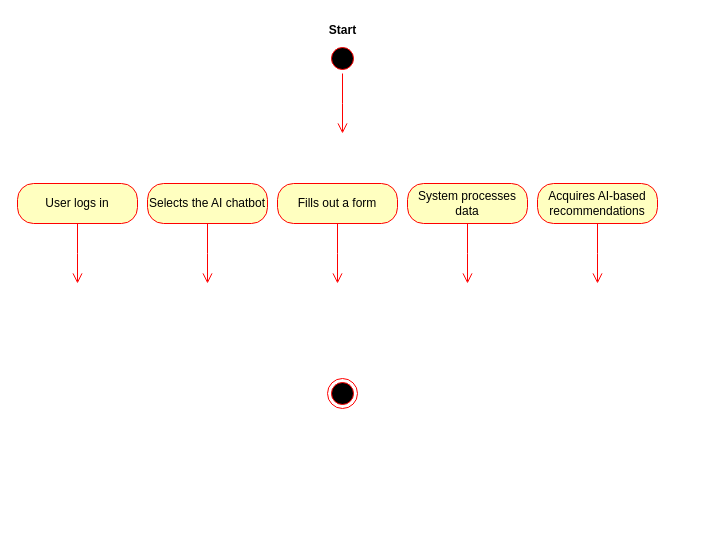
Earlier version of the draw.io diagram Project - Agile Software Engineering Diagram 4.drawio (Matasem-h/SimpleFlowcharts). Source tidied: cells renumbered, new cells numbered last; positions are measured from the earlier drawing's top-left corner, leaving out a move shared by most shapes. Both pictures are drawn from the tidied source at 100%, with x=0, y=0 at pixel (17, 17).
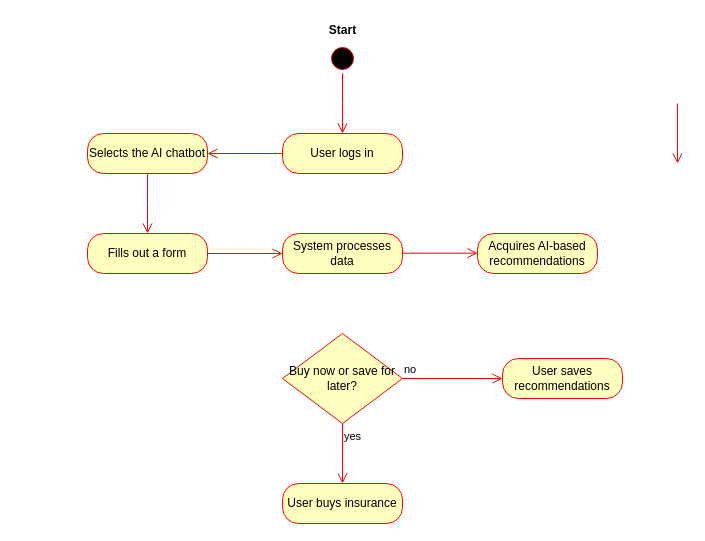
The same diagram, later.

The change refers to these unchanged cells:
```xml
<mxCell id="3" style="ellipse;html=1;shape=startState;fillColor=#000000;strokeColor=#ff0000;" parent="1" vertex="1">
  <mxGeometry x="310" y="26" width="30" height="30" as="geometry" />
</mxCell>
```

Change to the diagram source:
```diff
@@
-    <mxCell id="2" style="ellipse;html=1;shape=endState;fillColor=#000000;strokeColor=#ff0000;" parent="1" vertex="1">
-      <mxGeometry x="310" y="361" width="30" height="30" as="geometry" />
-    </mxCell>
@@
-    <mxCell id="4" style="edgeStyle=orthogonalEdgeStyle;html=1;verticalAlign=bottom;endArrow=open;endSize=8;strokeColor=#ff0000;rounded=0;" parent="1" edge="1" source="3">
+    <mxCell id="4" style="edgeStyle=orthogonalEdgeStyle;html=1;verticalAlign=bottom;endArrow=open;endSize=8;strokeColor=#ff0000;rounded=0;exitX=0.5;exitY=1;exitDx=0;exitDy=0;" parent="1" edge="1" source="3">
       <mxGeometry relative="1" as="geometry">
         <mxPoint x="325" y="116" as="targetPoint" />
       </mxGeometry>
     </mxCell>
@@
     <mxCell id="6" value="User logs in" style="rounded=1;whiteSpace=wrap;html=1;arcSize=40;fontColor=#000000;fillColor=#ffffc0;strokeColor=#ff0000;" parent="1" vertex="1">
-      <mxGeometry y="166" width="120" height="40" as="geometry" />
+      <mxGeometry x="265" y="116" width="120" height="40" as="geometry" />
     </mxCell>
-    <mxCell id="7" style="edgeStyle=orthogonalEdgeStyle;html=1;verticalAlign=bottom;endArrow=open;endSize=8;strokeColor=#ff0000;rounded=0;" parent="1" edge="1" source="6">
-      <mxGeometry relative="1" as="geometry">
-        <mxPoint x="60" y="266" as="targetPoint" />
-      </mxGeometry>
+    <mxCell id="7" style="edgeStyle=orthogonalEdgeStyle;html=1;verticalAlign=bottom;endArrow=open;endSize=8;strokeColor=#ff0000;rounded=0;exitX=0;exitY=0.5;exitDx=0;exitDy=0;entryX=1;entryY=0.5;entryDx=0;entryDy=0;" parent="1" edge="1" source="6" target="8">
+      <mxGeometry relative="1" as="geometry" />
     </mxCell>
     <mxCell id="8" value="Selects the AI chatbot" style="rounded=1;whiteSpace=wrap;html=1;arcSize=40;fontColor=#000000;fillColor=#ffffc0;strokeColor=#ff0000;" parent="1" vertex="1">
-      <mxGeometry x="130" y="166" width="120" height="40" as="geometry" />
+      <mxGeometry x="70" y="116" width="120" height="40" as="geometry" />
     </mxCell>
     <mxCell id="9" style="edgeStyle=orthogonalEdgeStyle;html=1;verticalAlign=bottom;endArrow=open;endSize=8;strokeColor=#ff0000;rounded=0;" parent="1" edge="1" source="8">
       <mxGeometry relative="1" as="geometry">
-        <mxPoint x="190" y="266" as="targetPoint" />
+        <mxPoint x="130" y="216" as="targetPoint" />
       </mxGeometry>
     </mxCell>
     <mxCell id="10" value="System processes data" style="rounded=1;whiteSpace=wrap;html=1;arcSize=40;fontColor=#000000;fillColor=#ffffc0;strokeColor=#ff0000;" parent="1" vertex="1">
-      <mxGeometry x="390" y="166" width="120" height="40" as="geometry" />
+      <mxGeometry x="265" y="216" width="120" height="40" as="geometry" />
     </mxCell>
-    <mxCell id="11" style="edgeStyle=orthogonalEdgeStyle;html=1;verticalAlign=bottom;endArrow=open;endSize=8;strokeColor=#ff0000;rounded=0;" parent="1" edge="1" source="10">
-      <mxGeometry relative="1" as="geometry">
-        <mxPoint x="450" y="266" as="targetPoint" />
-      </mxGeometry>
-    </mxCell>
     <mxCell id="12" value="Fills out a form" style="rounded=1;whiteSpace=wrap;html=1;arcSize=40;fontColor=#000000;fillColor=#ffffc0;strokeColor=#ff0000;" parent="1" vertex="1">
-      <mxGeometry x="260" y="166" width="120" height="40" as="geometry" />
+      <mxGeometry x="70" y="216" width="120" height="40" as="geometry" />
     </mxCell>
-    <mxCell id="13" style="edgeStyle=orthogonalEdgeStyle;html=1;verticalAlign=bottom;endArrow=open;endSize=8;strokeColor=#ff0000;rounded=0;" parent="1" edge="1" source="12">
-      <mxGeometry relative="1" as="geometry">
-        <mxPoint x="320" y="266" as="targetPoint" />
-      </mxGeometry>
+    <mxCell id="13" style="edgeStyle=orthogonalEdgeStyle;html=1;verticalAlign=bottom;endArrow=open;endSize=8;strokeColor=#ff0000;rounded=0;exitX=1;exitY=0.5;exitDx=0;exitDy=0;entryX=0;entryY=0.5;entryDx=0;entryDy=0;" parent="1" edge="1" source="12" target="10">
+      <mxGeometry relative="1" as="geometry" />
     </mxCell>
     <mxCell id="14" value="Acquires AI-based recommendations" style="rounded=1;whiteSpace=wrap;html=1;arcSize=40;fontColor=#000000;fillColor=#ffffc0;strokeColor=#ff0000;" parent="1" vertex="1">
-      <mxGeometry x="520" y="166" width="120" height="40" as="geometry" />
+      <mxGeometry x="460" y="216" width="120" height="40" as="geometry" />
     </mxCell>
-    <mxCell id="15" style="edgeStyle=orthogonalEdgeStyle;html=1;verticalAlign=bottom;endArrow=open;endSize=8;strokeColor=#ff0000;rounded=0;" parent="1" edge="1" source="14">
-      <mxGeometry relative="1" as="geometry">
-        <mxPoint x="580" y="266" as="targetPoint" />
-      </mxGeometry>
-    </mxCell>
+    <mxCell id="16" style="edgeStyle=orthogonalEdgeStyle;html=1;verticalAlign=bottom;endArrow=open;endSize=8;strokeColor=#ff0000;rounded=0;exitX=1;exitY=0.5;exitDx=0;exitDy=0;entryX=0;entryY=0.5;entryDx=0;entryDy=0;" parent="1" edge="1">
+      <mxGeometry relative="1" as="geometry">
+        <mxPoint x="385" y="235.7" as="sourcePoint" />
+        <mxPoint x="460" y="235.7" as="targetPoint" />
+      </mxGeometry>
+    </mxCell>
+    <mxCell id="17" value="Buy now or save for later?" style="rhombus;whiteSpace=wrap;html=1;fontColor=#000000;fillColor=#ffffc0;strokeColor=#ff0000;" parent="1" vertex="1">
+      <mxGeometry x="265" y="316" width="120" height="90" as="geometry" />
+    </mxCell>
+    <mxCell id="18" value="no" style="edgeStyle=orthogonalEdgeStyle;html=1;align=left;verticalAlign=bottom;endArrow=open;endSize=8;strokeColor=#ff0000;rounded=0;entryX=0;entryY=0.5;entryDx=0;entryDy=0;" parent="1" edge="1" source="17" target="21">
+      <mxGeometry x="-1" relative="1" as="geometry" />
+    </mxCell>
+    <mxCell id="19" value="yes" style="edgeStyle=orthogonalEdgeStyle;html=1;align=left;verticalAlign=top;endArrow=open;endSize=8;strokeColor=#ff0000;rounded=0;entryX=0.5;entryY=0;entryDx=0;entryDy=0;" parent="1" edge="1" source="17" target="20">
+      <mxGeometry x="-1" relative="1" as="geometry" />
+    </mxCell>
+    <mxCell id="20" value="User buys insurance" style="rounded=1;whiteSpace=wrap;html=1;arcSize=40;fontColor=#000000;fillColor=#ffffc0;strokeColor=#ff0000;" parent="1" vertex="1">
+      <mxGeometry x="265" y="466" width="120" height="40" as="geometry" />
+    </mxCell>
+    <mxCell id="21" value="User saves recommendations" style="rounded=1;whiteSpace=wrap;html=1;arcSize=40;fontColor=#000000;fillColor=#ffffc0;strokeColor=#ff0000;" parent="1" vertex="1">
+      <mxGeometry x="485" y="341" width="120" height="40" as="geometry" />
+    </mxCell>
+    <mxCell id="22" style="edgeStyle=orthogonalEdgeStyle;html=1;verticalAlign=bottom;endArrow=open;endSize=8;strokeColor=#ff0000;rounded=0;" parent="1" edge="1">
+      <mxGeometry relative="1" as="geometry">
+        <mxPoint x="660" y="86" as="sourcePoint" />
+        <mxPoint x="660" y="146" as="targetPoint" />
+      </mxGeometry>
+    </mxCell>
```
